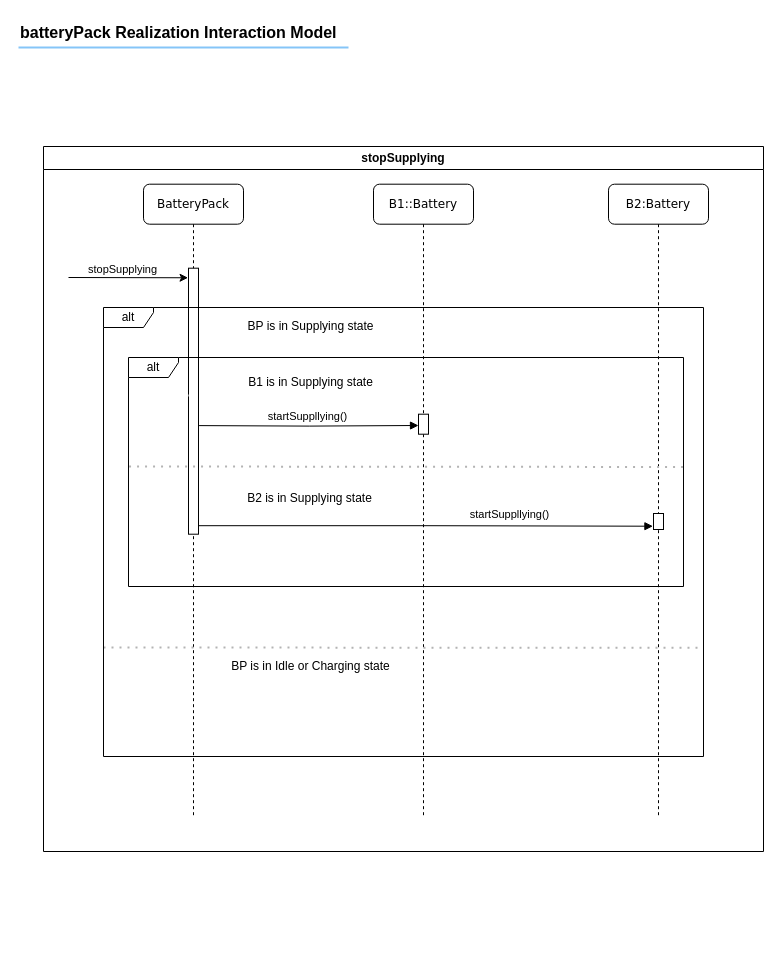
Before: version/4/KobrA_Realization-Interaction-Model_BatteryPack-stopSupplying.drawio in Mohammad-Si/convide-A02-MVE, a draw.io diagram. Source tidied: cells renumbered, new cells numbered last; positions are measured from the earlier drawing's top-left corner, leaving out a move shared by most shapes. Both pictures are drawn from the tidied source at 100%, with x=0, y=0 at pixel (18, 17).
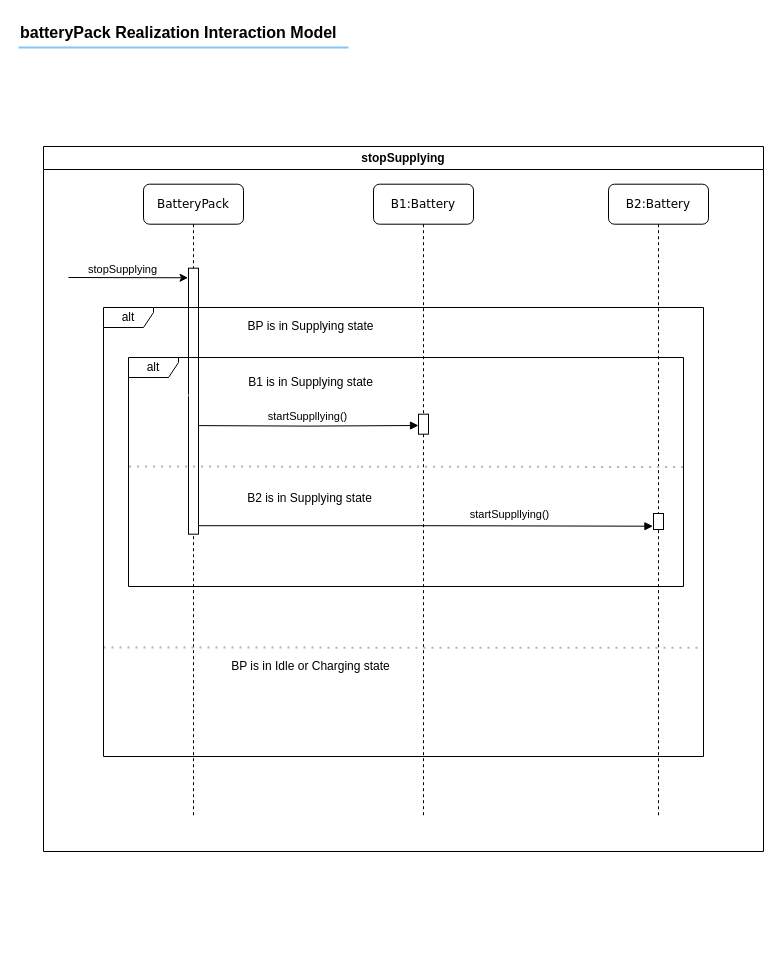
After the change.

Unchanged cells that the change refers to:
```xml
<mxCell id="2" style="group;" parent="1" vertex="1">
  <mxGeometry x="25" y="129" width="720" height="810" as="geometry" />
</mxCell>
```

Diff of the diagram source:
```diff
@@
-    <mxCell id="3" value="B1::Battery" style="shape=umlLifeline;perimeter=lifelinePerimeter;whiteSpace=wrap;html=1;rounded=1;shadow=0;comic=0;labelBackgroundColor=none;strokeWidth=1;fontFamily=Verdana;fontSize=12;align=center;" parent="2" vertex="1">
+    <mxCell id="3" value="B1:Battery" style="shape=umlLifeline;perimeter=lifelinePerimeter;whiteSpace=wrap;html=1;rounded=1;shadow=0;comic=0;labelBackgroundColor=none;strokeWidth=1;fontFamily=Verdana;fontSize=12;align=center;" parent="2" vertex="1">
       <mxGeometry x="330" y="37.7" width="100" height="632.3" as="geometry" />
     </mxCell>
```
